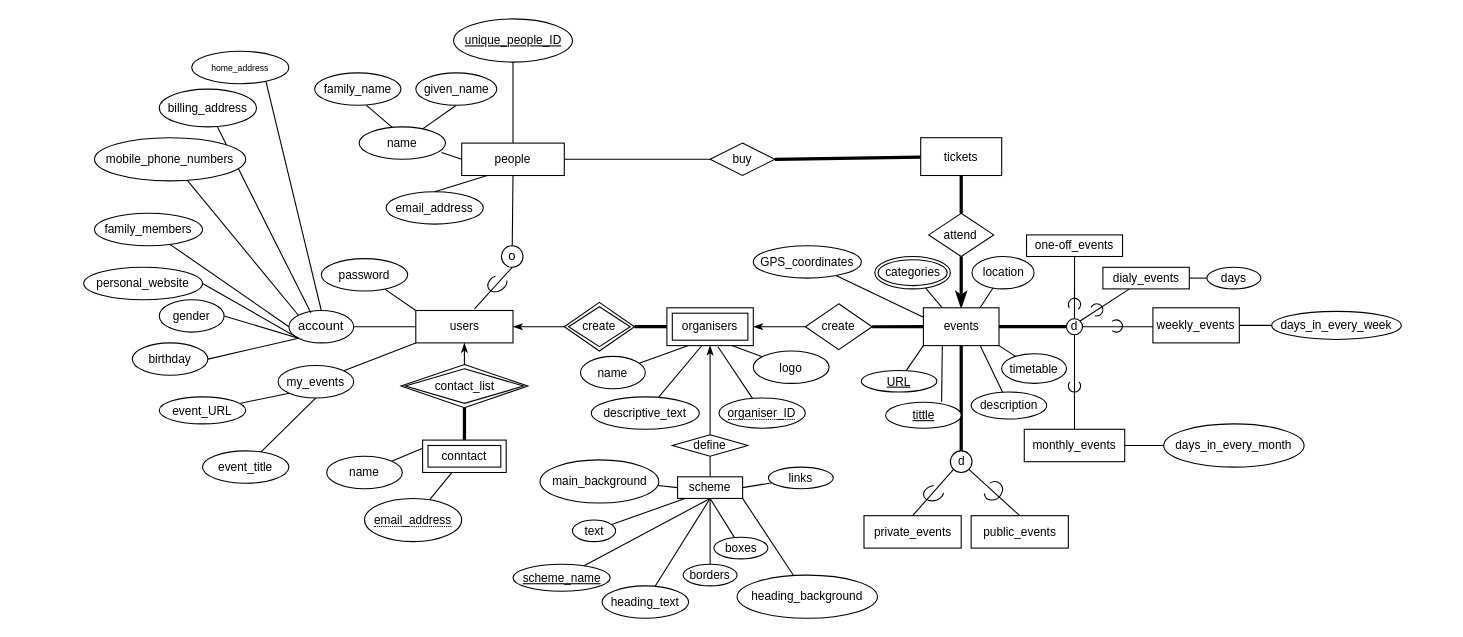
Earlier version of the draw.io diagram Untitled Diagram.drawio (sowhydoUwastemytime/c). Source tidied: cells renumbered, new cells numbered last; positions are measured from the earlier drawing's top-left corner, leaving out a move shared by most shapes. Both pictures are drawn from the tidied source at 108%, with x=0, y=0 at pixel (83, 18).
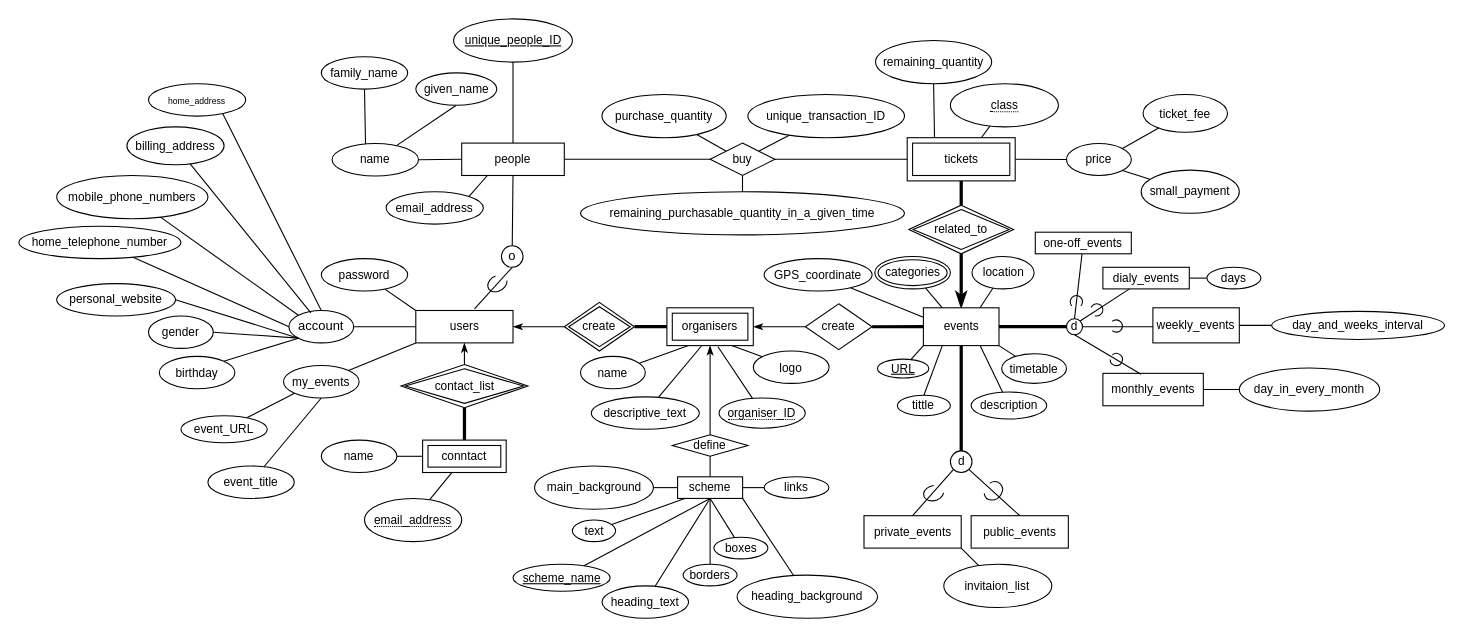
Above is the later version.

Unchanged cells that the change refers to:
```xml
<mxCell id="3" value="account" style="ellipse;whiteSpace=wrap;html=1;" parent="1" vertex="1">
  <mxGeometry x="190" y="270" width="60" height="30" as="geometry" />
</mxCell>
<mxCell id="23" value="people" style="whiteSpace=wrap;html=1;align=center;rounded=0;shadow=0;sketch=0;fontSize=11;" parent="1" vertex="1">
  <mxGeometry x="350" y="115" width="95" height="30" as="geometry" />
</mxCell>
<mxCell id="26" value="email_address" style="ellipse;whiteSpace=wrap;html=1;align=center;rounded=0;shadow=0;sketch=0;fontSize=11;" parent="1" vertex="1">
  <mxGeometry x="280" y="160" width="90" height="30" as="geometry" />
</mxCell>
<mxCell id="50" value="conntact" style="shape=ext;margin=3;double=1;whiteSpace=wrap;html=1;align=center;rounded=0;shadow=0;sketch=0;fontSize=11;" parent="1" vertex="1">
  <mxGeometry x="313.8" y="390" width="77.4" height="30" as="geometry" />
</mxCell>
<mxCell id="78" value="events" style="whiteSpace=wrap;html=1;align=center;rounded=0;shadow=0;sketch=0;fontSize=11;" parent="1" vertex="1">
  <mxGeometry x="777.5" y="267.5" width="70" height="35" as="geometry" />
</mxCell>
<mxCell id="80" value="buy" style="shape=rhombus;perimeter=rhombusPerimeter;whiteSpace=wrap;html=1;align=center;rounded=0;shadow=0;sketch=0;fontSize=11;" parent="1" vertex="1">
  <mxGeometry x="580" y="115" width="60" height="30" as="geometry" />
</mxCell>
<mxCell id="85" value="private_events" style="whiteSpace=wrap;html=1;align=center;rounded=0;shadow=0;sketch=0;fontSize=11;" parent="1" vertex="1">
  <mxGeometry x="722.5" y="460" width="90" height="30" as="geometry" />
</mxCell>
<mxCell id="99" value="d" style="ellipse;whiteSpace=wrap;html=1;rounded=0;shadow=0;sketch=0;fontSize=11;verticalAlign=middle;" parent="1" vertex="1">
  <mxGeometry x="910" y="277.6" width="14.8" height="14.8" as="geometry" />
</mxCell>
```

What changed in the source:
```diff
@@
     <mxCell id="9" value="&lt;font style=&quot;font-size: 8px&quot;&gt;home_address&lt;/font&gt;" style="ellipse;whiteSpace=wrap;html=1;" parent="1" vertex="1">
-      <mxGeometry x="100" y="30" width="90" height="30" as="geometry" />
+      <mxGeometry x="60" y="60" width="90" height="30" as="geometry" />
     </mxCell>
     <mxCell id="10" value="&lt;font style=&quot;font-size: 11px&quot;&gt;billing_address&lt;/font&gt;" style="ellipse;whiteSpace=wrap;html=1;fontSize=8;" parent="1" vertex="1">
-      <mxGeometry x="70" y="65" width="90" height="35" as="geometry" />
+      <mxGeometry x="40" y="100" width="90" height="35" as="geometry" />
     </mxCell>
     <mxCell id="11" value="mobile_phone_numbers" style="ellipse;whiteSpace=wrap;html=1;fontSize=11;" parent="1" vertex="1">
-      <mxGeometry x="10" y="110" width="140" height="40" as="geometry" />
+      <mxGeometry x="-25" y="145" width="140" height="40" as="geometry" />
     </mxCell>
-    <mxCell id="12" value="family_members" style="ellipse;whiteSpace=wrap;html=1;fontSize=11;" parent="1" vertex="1">
-      <mxGeometry x="10" y="180" width="100" height="30" as="geometry" />
+    <mxCell id="12" value="home_telephone_number" style="ellipse;whiteSpace=wrap;html=1;fontSize=11;" parent="1" vertex="1">
+      <mxGeometry x="-60" y="192" width="150" height="30" as="geometry" />
     </mxCell>
     <mxCell id="13" value="personal_website" style="ellipse;whiteSpace=wrap;html=1;fontSize=11;" parent="1" vertex="1">
-      <mxGeometry y="230" width="110" height="30" as="geometry" />
+      <mxGeometry x="-25" y="245.1" width="110" height="30" as="geometry" />
     </mxCell>
     <mxCell id="14" value="gender" style="ellipse;whiteSpace=wrap;html=1;fontSize=11;" parent="1" vertex="1">
-      <mxGeometry x="70" y="260" width="60" height="30" as="geometry" />
+      <mxGeometry x="60" y="275.1" width="60" height="30" as="geometry" />
     </mxCell>
-    <mxCell id="15" style="endArrow=none;html=1;rounded=0;fontSize=11;entryX=0;entryY=1;entryDx=0;entryDy=0;exitX=1;exitY=0.5;exitDx=0;exitDy=0;" parent="1" edge="1" source="16" target="3">
+    <mxCell id="15" style="endArrow=none;html=1;rounded=0;fontSize=11;entryX=0;entryY=1;entryDx=0;entryDy=0;exitX=1;exitY=0;exitDx=0;exitDy=0;" parent="1" edge="1" source="16" target="3">
       <mxGeometry relative="1" as="geometry" />
     </mxCell>
     <mxCell id="16" value="birthday" style="ellipse;whiteSpace=wrap;html=1;fontSize=11;" parent="1" vertex="1">
-      <mxGeometry x="45" y="300" width="70" height="30" as="geometry" />
+      <mxGeometry x="70" y="312.5" width="70" height="30" as="geometry" />
     </mxCell>
@@
-    <mxCell id="20" style="edgeStyle=none;rounded=0;jettySize=auto;html=1;fontSize=11;endArrow=none;endFill=0;entryX=0;entryY=0.5;entryDx=0;entryDy=0;exitX=0.954;exitY=0.789;exitDx=0;exitDy=0;exitPerimeter=0;" parent="1" edge="1" source="21" target="23">
+    <mxCell id="20" style="edgeStyle=none;rounded=0;jettySize=auto;html=1;fontSize=11;endArrow=none;endFill=0;entryX=0;entryY=0.5;entryDx=0;entryDy=0;exitX=1;exitY=0.5;exitDx=0;exitDy=0;" parent="1" edge="1" source="21" target="23">
       <mxGeometry relative="1" as="geometry" />
     </mxCell>
     <mxCell id="21" value="name" style="ellipse;whiteSpace=wrap;html=1;align=center;rounded=0;shadow=0;sketch=0;fontSize=11;" parent="1" vertex="1">
-      <mxGeometry x="255" y="100" width="80" height="30" as="geometry" />
+      <mxGeometry x="230" y="115.4" width="80" height="30" as="geometry" />
     </mxCell>
@@
-    <mxCell id="27" style="endArrow=none;html=1;rounded=0;fontSize=11;entryX=0.25;entryY=1;entryDx=0;entryDy=0;exitX=0.5;exitY=0;exitDx=0;exitDy=0;" parent="1" edge="1" source="26" target="23">
+    <mxCell id="27" style="endArrow=none;html=1;rounded=0;fontSize=11;entryX=0.25;entryY=1;entryDx=0;entryDy=0;exitX=1;exitY=0;exitDx=0;exitDy=0;" parent="1" edge="1" source="26" target="23">
       <mxGeometry relative="1" as="geometry" />
     </mxCell>
@@
-    <mxCell id="37" style="endArrow=none;html=1;rounded=0;fontSize=11;entryX=0.387;entryY=0.025;entryDx=0;entryDy=0;exitX=0.597;exitY=0.997;exitDx=0;exitDy=0;exitPerimeter=0;entryPerimeter=0;" parent="1" edge="1" source="38" target="21">
+    <mxCell id="37" style="endArrow=none;html=1;rounded=0;fontSize=11;entryX=0.387;entryY=0.025;entryDx=0;entryDy=0;exitX=0.5;exitY=1;exitDx=0;exitDy=0;entryPerimeter=0;" parent="1" edge="1" source="38" target="21">
       <mxGeometry relative="1" as="geometry" />
     </mxCell>
     <mxCell id="38" value="family_name" style="ellipse;whiteSpace=wrap;html=1;align=center;rounded=0;shadow=0;sketch=0;fontSize=11;" parent="1" vertex="1">
-      <mxGeometry x="213.8" y="50" width="80" height="30" as="geometry" />
+      <mxGeometry x="220" y="35" width="80" height="30" as="geometry" />
     </mxCell>
@@
     <mxCell id="45" value="my_events" style="ellipse;whiteSpace=wrap;html=1;align=center;rounded=0;shadow=0;sketch=0;fontSize=11;" parent="1" vertex="1">
-      <mxGeometry x="180" y="321" width="70" height="30" as="geometry" />
+      <mxGeometry x="185" y="321" width="70" height="30" as="geometry" />
     </mxCell>
     <mxCell id="46" value="event_URL" style="ellipse;whiteSpace=wrap;html=1;align=center;rounded=0;shadow=0;sketch=0;fontSize=11;" parent="1" vertex="1">
-      <mxGeometry x="70" y="350" width="80" height="25" as="geometry" />
+      <mxGeometry x="90" y="367.5" width="80" height="25" as="geometry" />
     </mxCell>
     <mxCell id="47" value="event_title" style="ellipse;whiteSpace=wrap;html=1;align=center;rounded=0;shadow=0;sketch=0;fontSize=11;" parent="1" vertex="1">
-      <mxGeometry x="110" y="400" width="80" height="30" as="geometry" />
+      <mxGeometry x="115" y="414" width="80" height="30" as="geometry" />
     </mxCell>
-    <mxCell id="48" style="edgeStyle=none;rounded=0;jettySize=auto;html=1;exitX=0;exitY=0.25;exitDx=0;exitDy=0;fontSize=11;startArrow=none;startFill=0;endArrow=none;endFill=0;" parent="1" edge="1" source="50" target="51">
+    <mxCell id="48" style="edgeStyle=none;rounded=0;jettySize=auto;html=1;exitX=0;exitY=0.5;exitDx=0;exitDy=0;fontSize=11;startArrow=none;startFill=0;endArrow=none;endFill=0;entryX=1;entryY=0.5;entryDx=0;entryDy=0;" parent="1" edge="1" source="50" target="51">
       <mxGeometry relative="1" as="geometry" />
     </mxCell>
@@
     <mxCell id="51" value="name" style="ellipse;whiteSpace=wrap;html=1;align=center;rounded=0;shadow=0;sketch=0;fontSize=11;" parent="1" vertex="1">
-      <mxGeometry x="225" y="405" width="70" height="30" as="geometry" />
+      <mxGeometry x="220" y="390" width="70" height="30" as="geometry" />
     </mxCell>
@@
-    <mxCell id="69" style="edgeStyle=none;rounded=0;jettySize=auto;html=1;exitX=0.5;exitY=0;exitDx=0;exitDy=0;entryX=0.5;entryY=1;entryDx=0;entryDy=0;fontSize=11;startArrow=classicThin;startFill=1;endArrow=none;endFill=0;strokeWidth=3;" parent="1" edge="1" source="78" target="83">
+    <mxCell id="69" style="edgeStyle=none;rounded=0;jettySize=auto;html=1;exitX=0.5;exitY=0;exitDx=0;exitDy=0;fontSize=11;startArrow=classicThin;startFill=1;endArrow=none;endFill=0;strokeWidth=3;entryX=0.5;entryY=1;entryDx=0;entryDy=0;" parent="1" edge="1" source="78" target="148">
       <mxGeometry relative="1" as="geometry" />
     </mxCell>
@@
-    <mxCell id="71" style="edgeStyle=none;rounded=0;jettySize=auto;html=1;exitX=0.25;exitY=1;exitDx=0;exitDy=0;fontSize=11;startArrow=none;startFill=0;endArrow=none;endFill=0;strokeWidth=1;entryX=0.741;entryY=-0.017;entryDx=0;entryDy=0;entryPerimeter=0;" parent="1" edge="1" source="78" target="107">
+    <mxCell id="71" style="edgeStyle=none;rounded=0;jettySize=auto;html=1;exitX=0.25;exitY=1;exitDx=0;exitDy=0;fontSize=11;startArrow=none;startFill=0;endArrow=none;endFill=0;strokeWidth=1;entryX=0.5;entryY=0;entryDx=0;entryDy=0;" parent="1" edge="1" source="78" target="107">
       <mxGeometry relative="1" as="geometry" />
     </mxCell>
@@
-    <mxCell id="79" style="edgeStyle=none;rounded=0;jettySize=auto;html=1;exitX=1;exitY=0.5;exitDx=0;exitDy=0;fontSize=11;startArrow=none;startFill=0;endArrow=none;endFill=0;strokeWidth=3;" parent="1" edge="1" source="80" target="82">
+    <mxCell id="79" style="edgeStyle=none;rounded=0;jettySize=auto;html=1;exitX=1;exitY=0.5;exitDx=0;exitDy=0;fontSize=11;startArrow=none;startFill=0;endArrow=none;endFill=0;strokeWidth=1;" parent="1" edge="1" source="80" target="82">
       <mxGeometry relative="1" as="geometry" />
     </mxCell>
+    <mxCell id="136" style="edgeStyle=none;rounded=0;jettySize=auto;html=1;exitX=0.5;exitY=1;exitDx=0;exitDy=0;fontSize=11;startArrow=none;startFill=0;endArrow=none;endFill=0;strokeWidth=1;" parent="1" edge="1" source="80" target="142">
+      <mxGeometry relative="1" as="geometry" />
+    </mxCell>
+    <mxCell id="137" style="edgeStyle=none;rounded=0;jettySize=auto;html=1;exitX=0;exitY=0;exitDx=0;exitDy=0;fontSize=11;startArrow=none;startFill=0;endArrow=none;endFill=0;strokeWidth=1;" parent="1" edge="1" source="80" target="143">
+      <mxGeometry relative="1" as="geometry" />
+    </mxCell>
+    <mxCell id="138" style="edgeStyle=none;rounded=0;jettySize=auto;html=1;exitX=1;exitY=0;exitDx=0;exitDy=0;fontSize=11;startArrow=none;startFill=0;endArrow=none;endFill=0;strokeWidth=1;" parent="1" edge="1" source="80" target="144">
+      <mxGeometry relative="1" as="geometry" />
+    </mxCell>
@@
-    <mxCell id="81" style="edgeStyle=none;rounded=0;jettySize=auto;html=1;fontSize=11;startArrow=none;startFill=0;endArrow=none;endFill=0;strokeWidth=3;exitX=0.5;exitY=1;exitDx=0;exitDy=0;" parent="1" edge="1" source="82" target="83">
+    <mxCell id="81" style="edgeStyle=none;rounded=0;jettySize=auto;html=1;fontSize=11;startArrow=none;startFill=0;endArrow=none;endFill=0;strokeWidth=3;exitX=0.5;exitY=1;exitDx=0;exitDy=0;entryX=0.5;entryY=0;entryDx=0;entryDy=0;" parent="1" edge="1" source="82" target="148">
       <mxGeometry relative="1" as="geometry" />
     </mxCell>
-    <mxCell id="82" value="tickets" style="whiteSpace=wrap;html=1;align=center;rounded=0;shadow=0;sketch=0;fontSize=11;" parent="1" vertex="1">
-      <mxGeometry x="775" y="110" width="75" height="35" as="geometry" />
-    </mxCell>
-    <mxCell id="83" value="attend" style="shape=rhombus;perimeter=rhombusPerimeter;whiteSpace=wrap;html=1;align=center;rounded=0;shadow=0;sketch=0;fontSize=11;" parent="1" vertex="1">
-      <mxGeometry x="782.4" y="180" width="60.2" height="40" as="geometry" />
-    </mxCell>
+    <mxCell id="139" style="edgeStyle=none;rounded=0;jettySize=auto;html=1;exitX=0.171;exitY=-0.006;exitDx=0;exitDy=0;fontSize=11;startArrow=none;startFill=0;endArrow=none;endFill=0;strokeWidth=1;exitPerimeter=0;" parent="1" edge="1" target="146">
+      <mxGeometry relative="1" as="geometry">
+        <mxPoint x="787.8" y="109.8" as="sourcePoint" />
+      </mxGeometry>
+    </mxCell>
+    <mxCell id="140" style="edgeStyle=none;rounded=0;jettySize=auto;html=1;exitX=0.75;exitY=0;exitDx=0;exitDy=0;fontSize=11;startArrow=none;startFill=0;endArrow=none;endFill=0;strokeWidth=1;" parent="1" edge="1" target="149">
+      <mxGeometry relative="1" as="geometry">
+        <mxPoint x="831.2" y="110" as="sourcePoint" />
+      </mxGeometry>
+    </mxCell>
@@
+    <mxCell id="141" style="edgeStyle=none;rounded=0;jettySize=auto;html=1;exitX=1;exitY=1;exitDx=0;exitDy=0;fontSize=11;startArrow=none;startFill=0;endArrow=none;endFill=0;strokeWidth=1;" parent="1" edge="1" source="85" target="145">
+      <mxGeometry relative="1" as="geometry" />
+    </mxCell>
@@
     <mxCell id="91" value="URL" style="ellipse;whiteSpace=wrap;html=1;align=center;fontStyle=4;rounded=0;shadow=0;sketch=0;fontSize=11;" parent="1" vertex="1">
-      <mxGeometry x="720" y="325.5" width="70" height="20" as="geometry" />
+      <mxGeometry x="735" y="315" width="47.5" height="17.5" as="geometry" />
     </mxCell>
@@
-    <mxCell id="95" value="GPS_coordinates" style="ellipse;whiteSpace=wrap;html=1;align=center;rounded=0;shadow=0;sketch=0;fontSize=11;" parent="1" vertex="1">
-      <mxGeometry x="620" y="210" width="100" height="30" as="geometry" />
+    <mxCell id="95" value="GPS_coordinate" style="ellipse;whiteSpace=wrap;html=1;align=center;rounded=0;shadow=0;sketch=0;fontSize=11;" parent="1" vertex="1">
+      <mxGeometry x="630" y="222" width="100" height="30" as="geometry" />
     </mxCell>
@@
     <mxCell id="100" value="one-off_events" style="whiteSpace=wrap;html=1;align=center;rounded=0;shadow=0;sketch=0;fontSize=11;" parent="1" vertex="1">
-      <mxGeometry x="873" y="200" width="88.9" height="20" as="geometry" />
+      <mxGeometry x="881.1" y="197.5" width="88.9" height="20" as="geometry" />
     </mxCell>
-    <mxCell id="101" style="verticalLabelPosition=bottom;verticalAlign=top;html=1;shape=mxgraph.basic.arc;startAngle=0.3;endAngle=0.03302405011007771;rounded=0;shadow=0;sketch=0;fontSize=11;rotation=130;" parent="1" vertex="1">
-      <mxGeometry x="911.7" y="258.7" width="11.4" height="11.3" as="geometry" />
-    </mxCell>
@@
-    <mxCell id="107" value="tittle" style="ellipse;whiteSpace=wrap;html=1;align=center;fontStyle=4;rounded=0;shadow=0;sketch=0;fontSize=11;" parent="1" vertex="1">
-      <mxGeometry x="742.5" y="355" width="70" height="24" as="geometry" />
-    </mxCell>
@@
-    <mxCell id="111" value="days_in_every_week" style="ellipse;whiteSpace=wrap;html=1;align=center;rounded=0;shadow=0;sketch=0;fontSize=11;" parent="1" vertex="1">
-      <mxGeometry x="1100" y="270.8" width="120" height="26" as="geometry" />
+    <mxCell id="111" value="day_and_weeks_interval" style="ellipse;whiteSpace=wrap;html=1;align=center;rounded=0;shadow=0;sketch=0;fontSize=11;" parent="1" vertex="1">
+      <mxGeometry x="1100" y="270.8" width="160" height="26" as="geometry" />
     </mxCell>
-    <mxCell id="112" style="verticalLabelPosition=bottom;verticalAlign=top;html=1;shape=mxgraph.basic.arc;startAngle=0.3;endAngle=0.03302405011007771;rounded=0;shadow=0;sketch=0;fontSize=11;rotation=-60;" parent="1" vertex="1">
-      <mxGeometry x="911.7" y="334.2" width="11.4" height="11.3" as="geometry" />
-    </mxCell>
-    <mxCell id="113" style="edgeStyle=none;rounded=0;jettySize=auto;html=1;exitX=0.5;exitY=1;exitDx=0;exitDy=0;fontSize=11;startArrow=none;startFill=0;endArrow=none;endFill=0;strokeWidth=1;" parent="1" edge="1" source="99" target="115">
-      <mxGeometry relative="1" as="geometry" />
-    </mxCell>
@@
     <mxCell id="115" value="monthly_events" style="whiteSpace=wrap;html=1;align=center;rounded=0;shadow=0;sketch=0;fontSize=11;" parent="1" vertex="1">
-      <mxGeometry x="870.9" y="380" width="93" height="30" as="geometry" />
+      <mxGeometry x="943.7" y="328.2" width="93" height="30" as="geometry" />
     </mxCell>
-    <mxCell id="116" value="days_in_every_month" style="ellipse;whiteSpace=wrap;html=1;align=center;rounded=0;shadow=0;sketch=0;fontSize=11;" parent="1" vertex="1">
-      <mxGeometry x="1000" y="375" width="130" height="40" as="geometry" />
+    <mxCell id="116" value="day_in_every_month" style="ellipse;whiteSpace=wrap;html=1;align=center;rounded=0;shadow=0;sketch=0;fontSize=11;" parent="1" vertex="1">
+      <mxGeometry x="1070" y="323.2" width="130" height="40" as="geometry" />
     </mxCell>
@@
     <mxCell id="129" value="main_background" style="ellipse;whiteSpace=wrap;html=1;align=center;rounded=0;shadow=0;sketch=0;fontSize=11;" parent="1" vertex="1">
-      <mxGeometry x="422.5" y="408.3" width="110" height="40" as="geometry" />
+      <mxGeometry x="417.5" y="414" width="110" height="40" as="geometry" />
     </mxCell>
@@
     <mxCell id="135" value="links" style="ellipse;whiteSpace=wrap;html=1;align=center;rounded=0;shadow=0;sketch=0;fontSize=11;" parent="1" vertex="1">
-      <mxGeometry x="634" y="415" width="60" height="20" as="geometry" />
+      <mxGeometry x="630" y="424" width="60" height="20" as="geometry" />
     </mxCell>
+    <mxCell id="142" value="remaining_purchasable_quantity_in_a_given_time" style="ellipse;whiteSpace=wrap;html=1;align=center;rounded=0;shadow=0;sketch=0;fontSize=11;" parent="1" vertex="1">
+      <mxGeometry x="460" y="160" width="300" height="40" as="geometry" />
+    </mxCell>
+    <mxCell id="143" value="purchase_quantity" style="ellipse;whiteSpace=wrap;html=1;align=center;rounded=0;shadow=0;sketch=0;fontSize=11;" parent="1" vertex="1">
+      <mxGeometry x="479.9" y="70" width="115" height="40" as="geometry" />
+    </mxCell>
+    <mxCell id="144" value="unique_transaction_ID" style="ellipse;whiteSpace=wrap;html=1;align=center;rounded=0;shadow=0;sketch=0;fontSize=11;" parent="1" vertex="1">
+      <mxGeometry x="615" y="70" width="145" height="40" as="geometry" />
+    </mxCell>
+    <mxCell id="145" value="invitaion_list" style="ellipse;whiteSpace=wrap;html=1;align=center;rounded=0;shadow=0;sketch=0;fontSize=11;" parent="1" vertex="1">
+      <mxGeometry x="796.4" y="505" width="100" height="40" as="geometry" />
+    </mxCell>
+    <mxCell id="146" value="remaining_quantity" style="ellipse;whiteSpace=wrap;html=1;align=center;rounded=0;shadow=0;sketch=0;fontSize=11;" parent="1" vertex="1">
+      <mxGeometry x="733.2" y="20" width="107.5" height="40" as="geometry" />
+    </mxCell>
+    <mxCell id="147" style="edgeStyle=none;rounded=0;jettySize=auto;html=1;exitX=1;exitY=0.5;exitDx=0;exitDy=0;fontSize=11;startArrow=none;startFill=0;endArrow=none;endFill=0;strokeWidth=1;" parent="1" edge="1" source="82" target="152">
+      <mxGeometry relative="1" as="geometry" />
+    </mxCell>
+    <mxCell id="82" value="tickets" style="shape=ext;margin=3;double=1;whiteSpace=wrap;html=1;align=center;rounded=0;shadow=0;sketch=0;fontSize=11;" parent="1" vertex="1">
+      <mxGeometry x="762.5" y="110" width="100" height="40" as="geometry" />
+    </mxCell>
+    <mxCell id="148" value="related_to" style="shape=rhombus;double=1;perimeter=rhombusPerimeter;whiteSpace=wrap;html=1;align=center;rounded=0;shadow=0;sketch=0;fontSize=11;" parent="1" vertex="1">
+      <mxGeometry x="764" y="172.5" width="97" height="45" as="geometry" />
+    </mxCell>
+    <mxCell id="149" value="&lt;span style=&quot;border-bottom: 1px dotted&quot;&gt;class&lt;/span&gt;" style="ellipse;whiteSpace=wrap;html=1;align=center;rounded=0;shadow=0;sketch=0;fontSize=11;" parent="1" vertex="1">
+      <mxGeometry x="802.5" y="60" width="100" height="40" as="geometry" />
+    </mxCell>
+    <mxCell id="150" style="edgeStyle=none;rounded=0;jettySize=auto;html=1;exitX=1;exitY=0;exitDx=0;exitDy=0;fontSize=11;startArrow=none;startFill=0;endArrow=none;endFill=0;strokeWidth=1;" parent="1" edge="1" source="152" target="153">
+      <mxGeometry relative="1" as="geometry" />
+    </mxCell>
+    <mxCell id="151" style="edgeStyle=none;rounded=0;jettySize=auto;html=1;exitX=1;exitY=1;exitDx=0;exitDy=0;fontSize=11;startArrow=none;startFill=0;endArrow=none;endFill=0;strokeWidth=1;" parent="1" edge="1" source="152" target="154">
+      <mxGeometry relative="1" as="geometry" />
+    </mxCell>
+    <mxCell id="152" value="price" style="ellipse;whiteSpace=wrap;html=1;align=center;rounded=0;shadow=0;sketch=0;fontSize=11;" parent="1" vertex="1">
+      <mxGeometry x="910" y="115.4" width="60" height="29.6" as="geometry" />
+    </mxCell>
+    <mxCell id="153" value="ticket_fee" style="ellipse;whiteSpace=wrap;html=1;align=center;rounded=0;shadow=0;sketch=0;fontSize=11;" parent="1" vertex="1">
+      <mxGeometry x="980.9" y="70" width="78.2" height="35" as="geometry" />
+    </mxCell>
+    <mxCell id="154" value="small_payment" style="ellipse;whiteSpace=wrap;html=1;align=center;rounded=0;shadow=0;sketch=0;fontSize=11;" parent="1" vertex="1">
+      <mxGeometry x="979.1" y="140" width="90.9" height="40" as="geometry" />
+    </mxCell>
+    <mxCell id="107" value="tittle" style="ellipse;whiteSpace=wrap;html=1;align=center;rounded=0;shadow=0;sketch=0;fontSize=11;" parent="1" vertex="1">
+      <mxGeometry x="753.4" y="348.5" width="49.1" height="19" as="geometry" />
+    </mxCell>
+    <mxCell id="101" style="verticalLabelPosition=bottom;verticalAlign=top;html=1;shape=mxgraph.basic.arc;startAngle=0.3;endAngle=0.03302405011007771;rounded=0;shadow=0;sketch=0;fontSize=11;rotation=120;" parent="1" vertex="1">
+      <mxGeometry x="913.4" y="256.2" width="11.4" height="11.3" as="geometry" />
+    </mxCell>
+    <mxCell id="112" style="verticalLabelPosition=bottom;verticalAlign=top;html=1;shape=mxgraph.basic.arc;startAngle=0.375;endAngle=0.23413724128472324;rounded=0;shadow=0;sketch=0;fontSize=11;rotation=-175;" parent="1" vertex="1">
+      <mxGeometry x="950.4" y="309.7" width="11.4" height="11.3" as="geometry" />
+    </mxCell>
+    <mxCell id="113" style="edgeStyle=none;rounded=0;jettySize=auto;html=1;exitX=0.5;exitY=1;exitDx=0;exitDy=0;fontSize=11;startArrow=none;startFill=0;endArrow=none;endFill=0;strokeWidth=1;entryX=0.38;entryY=0.028;entryDx=0;entryDy=0;entryPerimeter=0;" parent="1" edge="1" source="99" target="115">
+      <mxGeometry relative="1" as="geometry" />
+    </mxCell>
```
